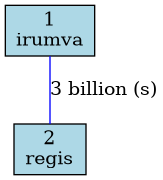
The Graphviz diagram city_network.png in cielo-b/NE-DSA, before a commit. Its source is kept beside it as city_network.dot.
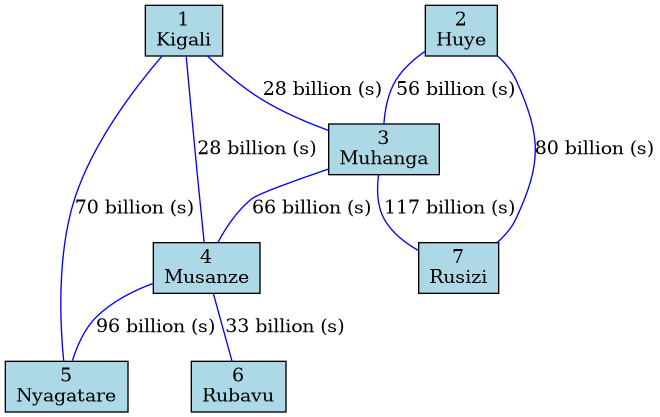
Later version of the same file.

The edit, as a diff of the source:
```diff
@@ -1,5 +1,20 @@
 graph cityNetwork {
   node [shape=box, style=filled, fillcolor=lightblue];
   edge [color=blue];
-  "1" [label="1\n1"];
+  "1" [label="1\nKigali"];
+  "2" [label="2\nHuye"];
+  "3" [label="3\nMuhanga"];
+  "4" [label="4\nMusanze"];
+  "5" [label="5\nNyagatare"];
+  "6" [label="6\nRubavu"];
+  "7" [label="7\nRusizi"];
+  "1" -- "4" [label="28 billion (s)"];
+  "1" -- "5" [label="70 billion (s)"];
+  "1" -- "3" [label="28 billion (s)"];
+  "2" -- "3" [label="56 billion (s)"];
+  "2" -- "7" [label="80 billion (s)"];
+  "3" -- "7" [label="117 billion (s)"];
+  "3" -- "4" [label="66 billion (s)"];
+  "4" -- "6" [label="33 billion (s)"];
+  "4" -- "5" [label="96 billion (s)"];
 }
```
